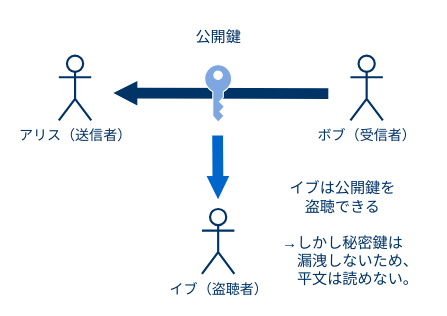
Earlier version of the draw.io diagram img/7-leak-pubkey.dio (akakou-doc/pubkey-crypto). Source tidied: cells renumbered, new cells numbered last; positions are measured from the earlier drawing's top-left corner, leaving out a move shared by most shapes. Both pictures are drawn from the tidied source at 108%, with x=0, y=0 at pixel (58, 18).
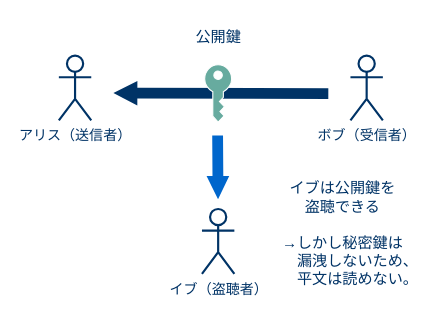
Above is the later version.

Change to the diagram source:
```diff
@@
 <mxGraphModel>
   <root>
     <mxCell id="0" />
     <mxCell id="1" parent="0" />
     <mxCell id="2" value="&lt;font color=&quot;#003366&quot; style=&quot;font-size: 13px&quot;&gt;アリス（送信者）&lt;/font&gt;" style="shape=umlActor;verticalLabelPosition=bottom;labelBackgroundColor=#ffffff;verticalAlign=top;html=1;strokeColor=#003366;strokeWidth=2;" parent="1" vertex="1">
       <mxGeometry y="34" width="30" height="60" as="geometry" />
     </mxCell>
     <mxCell id="3" value="&lt;font color=&quot;#003366&quot; style=&quot;font-size: 13px&quot;&gt;ボブ（受信者）&lt;/font&gt;" style="shape=umlActor;verticalLabelPosition=bottom;labelBackgroundColor=#ffffff;verticalAlign=top;html=1;strokeColor=#003366;strokeWidth=2;" parent="1" vertex="1">
       <mxGeometry x="270" y="34" width="30" height="60" as="geometry" />
     </mxCell>
     <mxCell id="4" value="&lt;font color=&quot;#003366&quot; style=&quot;font-size: 13px&quot;&gt;イブ（盗聴者）&lt;/font&gt;" style="shape=umlActor;verticalLabelPosition=bottom;labelBackgroundColor=#ffffff;verticalAlign=top;html=1;strokeColor=#003366;strokeWidth=2;" parent="1" vertex="1">
       <mxGeometry x="132.5" y="176" width="30" height="60" as="geometry" />
     </mxCell>
     <mxCell id="5" style="shape=flexArrow;endArrow=classic;html=1;endWidth=11.666666666666668;endSize=7.0583333333333345;fillColor=#003366;strokeColor=none;" parent="1" edge="1">
       <mxGeometry relative="1" as="geometry">
         <mxPoint x="250" y="69.2" as="sourcePoint" />
         <mxPoint x="50" y="68.7" as="targetPoint" />
       </mxGeometry>
     </mxCell>
     <mxCell id="6" style="shape=flexArrow;endArrow=classic;html=1;endWidth=10;endSize=6.85;fillColor=#0066CC;strokeColor=none;" parent="1" edge="1">
       <mxGeometry relative="1" as="geometry">
         <mxPoint x="147" y="107.5" as="sourcePoint" />
         <mxPoint x="147.4" y="167.5" as="targetPoint" />
       </mxGeometry>
     </mxCell>
     <mxCell id="7" value="&lt;font color=&quot;#003366&quot;&gt;&lt;span style=&quot;font-size: 14px&quot;&gt;公開鍵&lt;/span&gt;&lt;/font&gt;" style="text;html=1;strokeColor=none;fillColor=none;align=center;verticalAlign=middle;whiteSpace=wrap;rounded=0;dashed=1;" parent="1" vertex="1">
       <mxGeometry x="112.5" width="70" height="34" as="geometry" />
     </mxCell>
     <mxCell id="8" value="&lt;span style=&quot;font-size: 14px&quot;&gt;&lt;font color=&quot;#003366&quot;&gt;イブは公開鍵を&lt;br&gt;盗聴できる&lt;br&gt;&lt;br&gt;→しかし秘密鍵は&lt;br&gt;　　漏洩しないため、&lt;br&gt;　　平文は読めない。&lt;/font&gt;&lt;br&gt;&lt;/span&gt;" style="text;html=1;strokeColor=none;fillColor=none;align=center;verticalAlign=middle;whiteSpace=wrap;rounded=0;" parent="1" vertex="1">
       <mxGeometry x="182.5" y="144" width="160" height="110" as="geometry" />
     </mxCell>
-    <mxCell id="9" style="shadow=0;dashed=0;html=1;strokeColor=#FFFFFF;fillColor=#7EA6E0;labelPosition=center;verticalLabelPosition=bottom;verticalAlign=top;align=center;shape=mxgraph.office.security.key_permissions;strokeWidth=1;" parent="1" vertex="1">
+    <mxCell id="9" style="shadow=0;dashed=0;html=1;strokeColor=#FFFFFF;fillColor=#67AB9F;labelPosition=center;verticalLabelPosition=bottom;verticalAlign=top;align=center;shape=mxgraph.office.security.key_permissions;strokeWidth=1;" parent="1" vertex="1">
       <mxGeometry x="135" y="42.5" width="25" height="53" as="geometry" />
     </mxCell>
   </root>
 </mxGraphModel>
```
